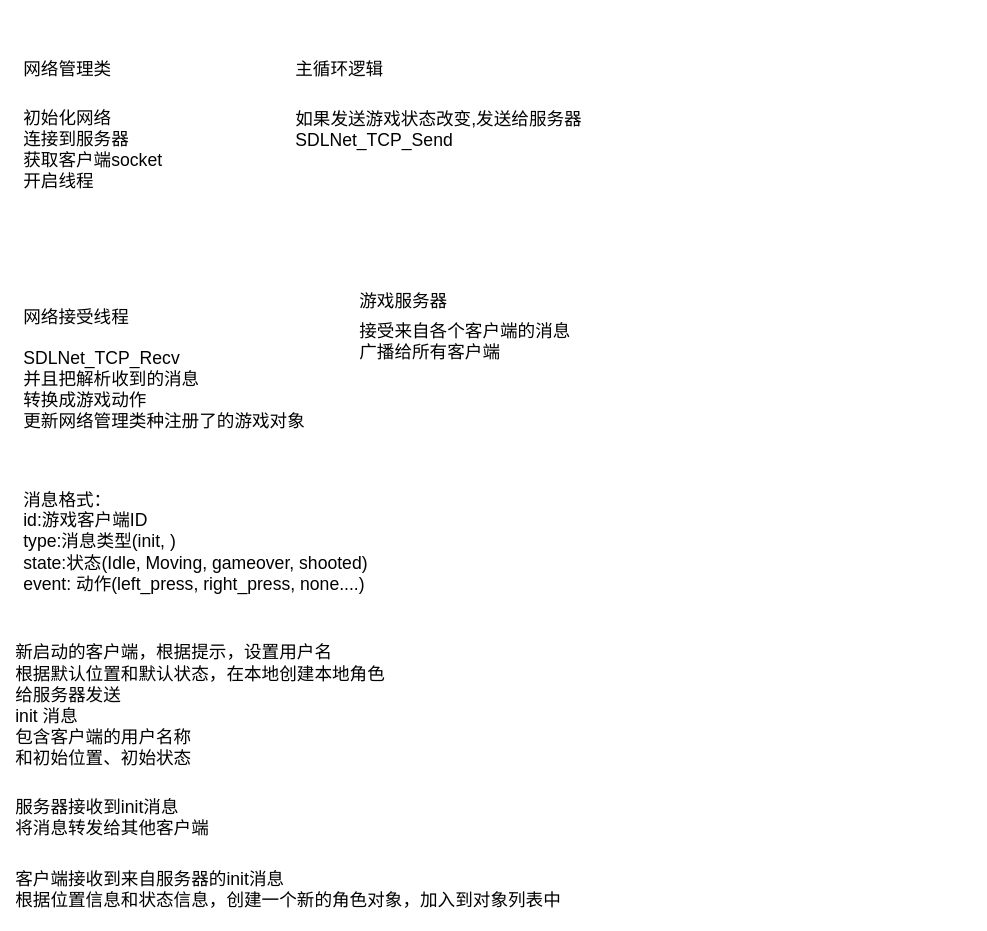
wangqqiyue/Games keeps this draw.io diagram as openDDT/设计文档/网络同步.drawio. Above is the earlier version. Source tidied: cells renumbered, new cells numbered last; positions are measured from the earlier drawing's top-left corner, leaving out a move shared by most shapes. Both pictures are drawn from the tidied source at 80%, with x=0, y=0 at pixel (14, 54).
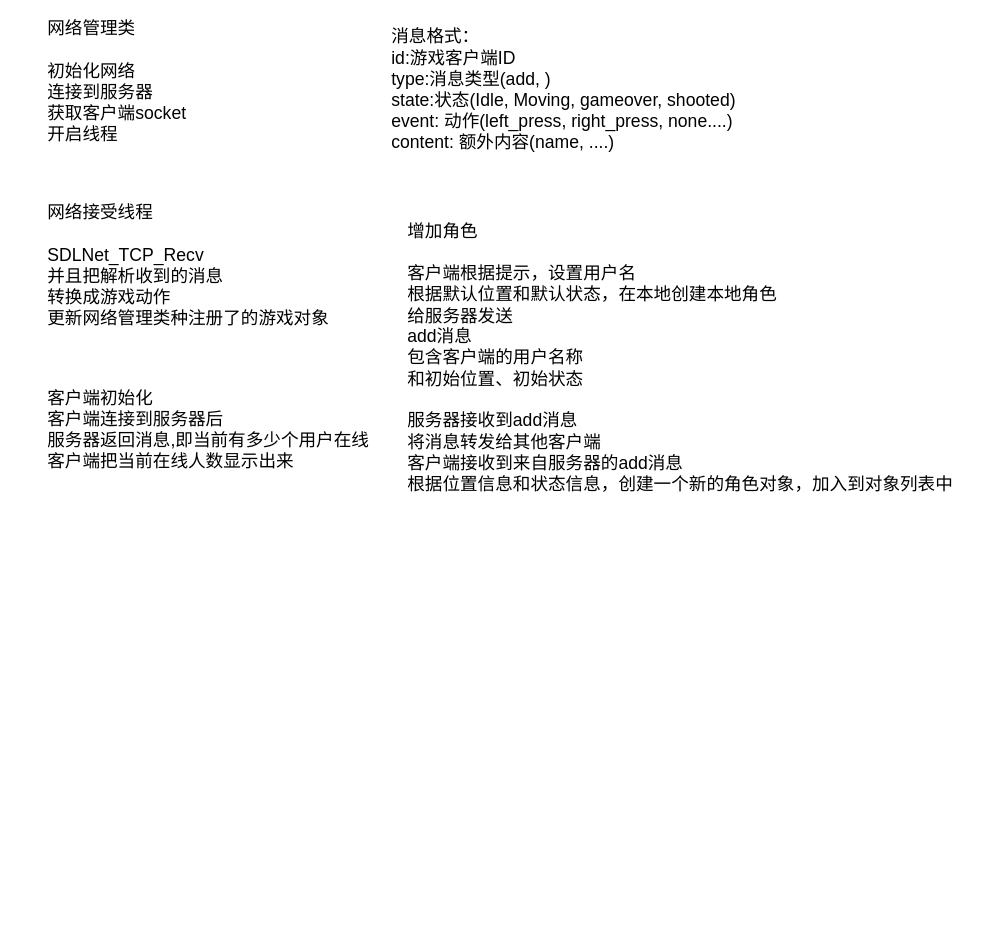
Above is the later version.

Commit message:
[design] 更新网络同步策略

Change to the diagram source:
```diff
@@
 <mxGraphModel>
   <root>
     <mxCell id="0" />
     <mxCell id="1" parent="0" />
-    <mxCell id="2" value="网络管理类" style="text;html=1;align=left;verticalAlign=middle;strokeColor=none;fillColor=none;fontSize=22;" parent="1" vertex="1">
-      <mxGeometry x="10" width="130" height="40" as="geometry" />
-    </mxCell>
-    <mxCell id="3" value="初始化网络&lt;div style=&quot;font-size: 22px;&quot;&gt;连接到服务器&lt;/div&gt;&lt;div style=&quot;font-size: 22px;&quot;&gt;获取客户端socket&lt;/div&gt;&lt;div style=&quot;font-size: 22px;&quot;&gt;开启线程&lt;/div&gt;" style="text;html=1;align=left;verticalAlign=middle;strokeColor=none;fillColor=none;fontSize=22;" parent="1" vertex="1">
-      <mxGeometry x="10" y="60" width="200" height="120" as="geometry" />
+    <mxCell id="3" value="网络管理类&lt;div&gt;&lt;br&gt;&lt;/div&gt;&lt;div&gt;初始化网络&lt;div style=&quot;font-size: 22px;&quot;&gt;连接到服务器&lt;/div&gt;&lt;div style=&quot;font-size: 22px;&quot;&gt;获取客户端socket&lt;/div&gt;&lt;div style=&quot;font-size: 22px;&quot;&gt;开启线程&lt;/div&gt;&lt;/div&gt;" style="text;html=1;align=left;verticalAlign=middle;strokeColor=none;fillColor=none;fontSize=22;" parent="1" vertex="1">
+      <mxGeometry x="40" y="-50" width="200" height="170" as="geometry" />
     </mxCell>
-    <mxCell id="4" value="网络接受线程" style="text;html=1;align=left;verticalAlign=middle;strokeColor=none;fillColor=none;fontSize=22;" parent="1" vertex="1">
-      <mxGeometry x="10" y="310" width="160" height="40" as="geometry" />
-    </mxCell>
-    <mxCell id="5" value="&lt;span style=&quot;font-size: 22px;&quot;&gt;SDLNet_TCP_Recv&lt;/span&gt;&lt;div&gt;&lt;span style=&quot;font-size: 22px;&quot;&gt;并且把解析收到的消息&lt;/span&gt;&lt;/div&gt;&lt;div&gt;&lt;span style=&quot;font-size: 22px;&quot;&gt;转换成游戏动作&lt;/span&gt;&lt;/div&gt;&lt;div&gt;&lt;span style=&quot;font-size: 22px;&quot;&gt;更新网络管理类种注册了的游戏对象&lt;/span&gt;&lt;/div&gt;" style="text;html=1;align=left;verticalAlign=middle;strokeColor=none;fillColor=none;fontSize=22;" parent="1" vertex="1">
-      <mxGeometry x="10" y="360" width="380" height="120" as="geometry" />
+    <mxCell id="5" value="网络接受线程&lt;div&gt;&lt;span style=&quot;font-size: 22px;&quot;&gt;&lt;br&gt;&lt;/span&gt;&lt;/div&gt;&lt;div&gt;&lt;span style=&quot;font-size: 22px;&quot;&gt;SDLNet_TCP_Recv&lt;/span&gt;&lt;div&gt;&lt;span style=&quot;font-size: 22px;&quot;&gt;并且把解析收到的消息&lt;/span&gt;&lt;/div&gt;&lt;div&gt;&lt;span style=&quot;font-size: 22px;&quot;&gt;转换成游戏动作&lt;/span&gt;&lt;/div&gt;&lt;div&gt;&lt;span style=&quot;font-size: 22px;&quot;&gt;更新网络管理类种注册了的游戏对象&lt;/span&gt;&lt;/div&gt;&lt;/div&gt;" style="text;html=1;align=left;verticalAlign=middle;strokeColor=none;fillColor=none;fontSize=22;" parent="1" vertex="1">
+      <mxGeometry x="40" y="180" width="380" height="170" as="geometry" />
     </mxCell>
-    <mxCell id="6" value="主循环逻辑" style="text;html=1;align=left;verticalAlign=middle;strokeColor=none;fillColor=none;fontSize=22;" parent="1" vertex="1">
-      <mxGeometry x="350" width="130" height="40" as="geometry" />
-    </mxCell>
-    <mxCell id="7" value="&lt;div style=&quot;font-size: 22px;&quot;&gt;如果发送游戏状态改变,发送给服务器&lt;/div&gt;&lt;div style=&quot;font-size: 22px;&quot;&gt;&lt;span style=&quot;font-size: 22px;&quot;&gt;SDLNet_TCP_Send&lt;/span&gt;&lt;br style=&quot;font-size: 22px;&quot;&gt;&lt;/div&gt;" style="text;html=1;align=left;verticalAlign=middle;strokeColor=none;fillColor=none;fontSize=22;" parent="1" vertex="1">
-      <mxGeometry x="350" y="60" width="380" height="70" as="geometry" />
-    </mxCell>
-    <mxCell id="8" value="游戏服务器" style="text;html=1;align=left;verticalAlign=middle;strokeColor=none;fillColor=none;fontSize=22;" parent="1" vertex="1">
-      <mxGeometry x="430" y="290" width="130" height="40" as="geometry" />
-    </mxCell>
-    <mxCell id="9" value="接受来自各个客户端的消息&lt;div&gt;广播给所有客户端&lt;/div&gt;" style="text;html=1;align=left;verticalAlign=middle;strokeColor=none;fillColor=none;fontSize=22;" parent="1" vertex="1">
-      <mxGeometry x="430" y="325" width="290" height="70" as="geometry" />
-    </mxCell>
-    <mxCell id="10" value="消息格式：&lt;div&gt;id:游戏客户端ID&lt;/div&gt;&lt;div&gt;type:消息类型(init, )&lt;/div&gt;&lt;div&gt;state:状态(Idle, Moving, gameover, shooted)&lt;/div&gt;&lt;div&gt;event: 动作(left_press, right_press, none....)&lt;br&gt;&lt;/div&gt;" style="text;html=1;align=left;verticalAlign=middle;strokeColor=none;fillColor=none;fontSize=22;" parent="1" vertex="1">
-      <mxGeometry x="10" y="535" width="450" height="150" as="geometry" />
+    <mxCell id="10" value="消息格式：&lt;div&gt;id:游戏客户端ID&lt;/div&gt;&lt;div&gt;type:消息类型(add, )&lt;/div&gt;&lt;div&gt;state:状态(Idle, Moving, gameover, shooted)&lt;/div&gt;&lt;div&gt;event: 动作(left_press, right_press, none....)&lt;br&gt;&lt;/div&gt;&lt;div&gt;content: 额外内容(name, ....)&lt;/div&gt;" style="text;html=1;align=left;verticalAlign=middle;strokeColor=none;fillColor=none;fontSize=22;" parent="1" vertex="1">
+      <mxGeometry x="470" y="-40" width="450" height="170" as="geometry" />
     </mxCell>
-    <mxCell id="11" value="新启动的客户端，根据提示，设置用户名&lt;div&gt;根据默认位置和默认状态，在本地创建本地角色&lt;div&gt;给服务器发送&lt;div&gt;init 消息&lt;/div&gt;&lt;div&gt;包含客户端的用户名称&lt;/div&gt;&lt;div&gt;和初始位置、初始状态&lt;/div&gt;&lt;/div&gt;&lt;/div&gt;" style="text;html=1;align=left;verticalAlign=middle;strokeColor=none;fillColor=none;fontSize=22;" parent="1" vertex="1">
-      <mxGeometry y="730" width="490" height="170" as="geometry" />
+    <mxCell id="11" value="增加角色&lt;div&gt;&lt;br&gt;&lt;/div&gt;&lt;div&gt;客户端根据提示，设置用户名&lt;div&gt;根据默认位置和默认状态，在本地创建本地角色&lt;div&gt;给服务器发送&lt;div&gt;add消息&lt;/div&gt;&lt;div&gt;包含客户端的用户名称&lt;/div&gt;&lt;div&gt;和初始位置、初始状态&lt;/div&gt;&lt;/div&gt;&lt;/div&gt;&lt;div&gt;&lt;br&gt;&lt;/div&gt;&lt;div&gt;服务器接收到add消息&lt;div&gt;将消息转发给其他客户端&lt;/div&gt;&lt;/div&gt;&lt;div&gt;客户端接收到来自服务器的add消息&lt;div&gt;根据位置信息和状态信息，创建一个新的角色对象，加入到对象列表中&lt;/div&gt;&lt;/div&gt;&lt;/div&gt;" style="text;html=1;align=left;verticalAlign=middle;strokeColor=none;fillColor=none;fontSize=22;" parent="1" vertex="1">
+      <mxGeometry x="490" y="200" width="710" height="360" as="geometry" />
     </mxCell>
-    <mxCell id="12" value="服务器接收到init消息&lt;div&gt;将消息转发给其他客户端&lt;/div&gt;" style="text;html=1;align=left;verticalAlign=middle;strokeColor=none;fillColor=none;fontSize=22;" parent="1" vertex="1">
-      <mxGeometry y="920" width="270" height="70" as="geometry" />
-    </mxCell>
-    <mxCell id="13" value="客户端接收到来自服务器的init消息&lt;div&gt;根据位置信息和状态信息，创建一个新的角色对象，加入到对象列表中&lt;/div&gt;" style="text;html=1;align=left;verticalAlign=middle;strokeColor=none;fillColor=none;fontSize=22;" parent="1" vertex="1">
-      <mxGeometry y="1010" width="710" height="70" as="geometry" />
-    </mxCell>
+    <mxCell id="14" value="客户端初始化&lt;div&gt;客户端连接到服务器后&lt;br&gt;&lt;/div&gt;&lt;div&gt;服务器返回消息,即当前有多少个用户在线&lt;/div&gt;&lt;div&gt;客户端把当前在线人数显示出来&lt;/div&gt;" style="text;html=1;align=left;verticalAlign=middle;strokeColor=none;fillColor=none;fontSize=22;" parent="1" vertex="1">
+      <mxGeometry x="40" y="410" width="430" height="120" as="geometry" />
+    </mxCell>
   </root>
 </mxGraphModel>
```
